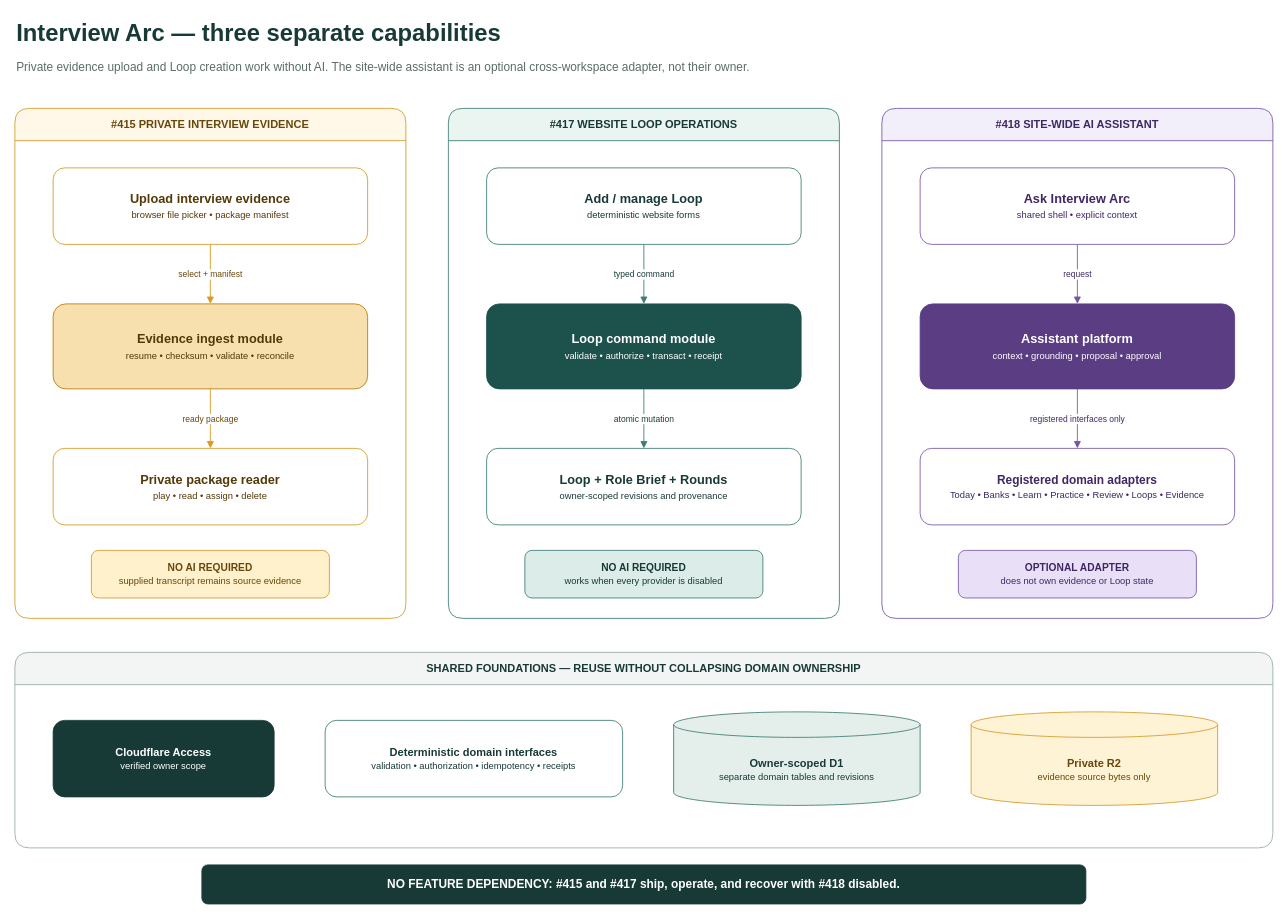
Earlier version of the draw.io diagram docs/design/interview-capability-separation/capability-boundaries.drawio (Vinosaamaa/interview-arc). Source tidied: cells renumbered, new cells numbered last; positions are measured from the earlier drawing's top-left corner, leaving out a move shared by most shapes. Both pictures are drawn from the tidied source at 85%, with x=0, y=0 at pixel (14, 14).
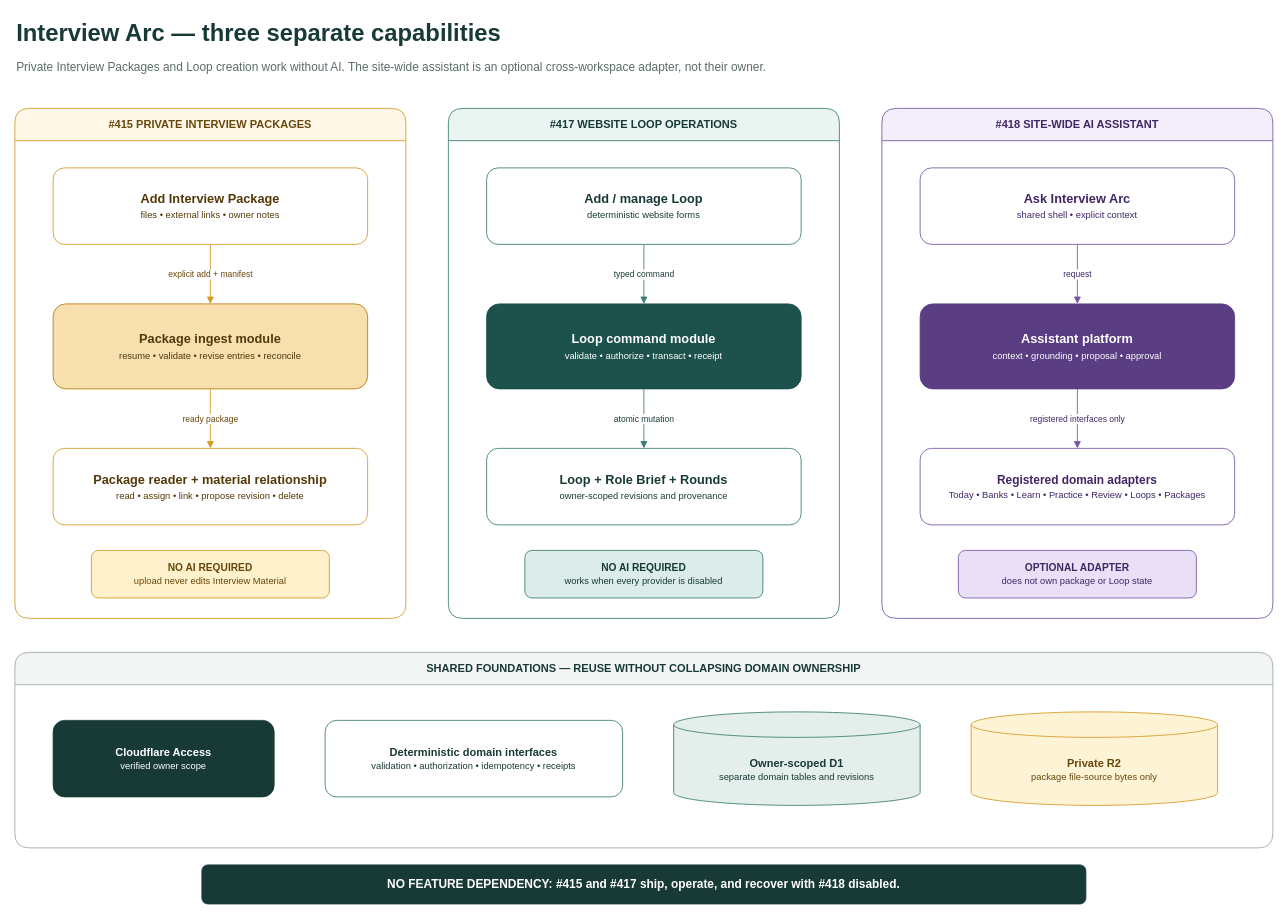
The same diagram, later.

The change refers to these unchanged cells:
```xml
<mxCell id="14" value="#418  SITE-WIDE AI ASSISTANT" style="swimlane;startSize=38;horizontal=1;rounded=1;whiteSpace=wrap;html=1;fillColor=#F2EEFA;strokeColor=#7655A6;fontColor=#3F2764;fontStyle=1;fontFamily=Helvetica;fontSize=13;" parent="1" vertex="1">
  <mxGeometry x="1020" y="110" width="460" height="600" as="geometry" />
</mxCell>
<mxCell id="19" value="SHARED FOUNDATIONS — REUSE WITHOUT COLLAPSING DOMAIN OWNERSHIP" style="swimlane;startSize=38;horizontal=1;rounded=1;whiteSpace=wrap;html=1;fillColor=#F2F5F4;strokeColor=#98ABA6;fontColor=#183A37;fontStyle=1;fontFamily=Helvetica;fontSize=13;" parent="1" vertex="1">
  <mxGeometry y="750" width="1480" height="230" as="geometry" />
</mxCell>
```

The edit, as a diff of the source:
```diff
@@
-    <mxCell id="3" value="Private evidence upload and Loop creation work without AI. The site-wide assistant is an optional cross-workspace adapter, not their owner." style="text;html=1;strokeColor=none;fillColor=none;align=left;verticalAlign=top;fontFamily=Helvetica;fontSize=14;fontColor=#5B6D69;whiteSpace=wrap;" parent="1" vertex="1">
+    <mxCell id="3" value="Private Interview Packages and Loop creation work without AI. The site-wide assistant is an optional cross-workspace adapter, not their owner." style="text;html=1;strokeColor=none;fillColor=none;align=left;verticalAlign=top;fontFamily=Helvetica;fontSize=14;fontColor=#5B6D69;whiteSpace=wrap;" parent="1" vertex="1">
       <mxGeometry y="46" width="1420" height="38" as="geometry" />
     </mxCell>
-    <mxCell id="4" value="#415  PRIVATE INTERVIEW EVIDENCE" style="swimlane;startSize=38;horizontal=1;rounded=1;whiteSpace=wrap;html=1;fillColor=#FFF8E8;strokeColor=#D49A24;fontColor=#67470B;fontStyle=1;fontFamily=Helvetica;fontSize=13;" parent="1" vertex="1">
+    <mxCell id="4" value="#415  PRIVATE INTERVIEW PACKAGES" style="swimlane;startSize=38;horizontal=1;rounded=1;whiteSpace=wrap;html=1;fillColor=#FFF8E8;strokeColor=#D49A24;fontColor=#67470B;fontStyle=1;fontFamily=Helvetica;fontSize=13;" parent="1" vertex="1">
       <mxGeometry y="110" width="460" height="600" as="geometry" />
     </mxCell>
-    <mxCell id="5" value="Upload interview evidence&#10;&lt;font style=&quot;font-size:11px;font-weight:normal&quot;&gt;browser file picker • package manifest&lt;/font&gt;" style="rounded=1;whiteSpace=wrap;html=1;fillColor=#FFFFFF;strokeColor=#D49A24;fontColor=#533908;fontFamily=Helvetica;fontSize=15;fontStyle=1;spacing=10;" parent="4" vertex="1">
+    <mxCell id="5" value="Add Interview Package&#10;&lt;font style=&quot;font-size:11px;font-weight:normal&quot;&gt;files • external links • owner notes&lt;/font&gt;" style="rounded=1;whiteSpace=wrap;html=1;fillColor=#FFFFFF;strokeColor=#D49A24;fontColor=#533908;fontFamily=Helvetica;fontSize=15;fontStyle=1;spacing=10;" parent="4" vertex="1">
       <mxGeometry x="45" y="70" width="370" height="90" as="geometry" />
     </mxCell>
-    <mxCell id="6" value="Evidence ingest module&#10;&lt;font style=&quot;font-size:11px;font-weight:normal&quot;&gt;resume • checksum • validate • reconcile&lt;/font&gt;" style="rounded=1;whiteSpace=wrap;html=1;fillColor=#F7DFAE;strokeColor=#B77A0A;fontColor=#533908;fontFamily=Helvetica;fontSize=15;fontStyle=1;spacing=10;" parent="4" vertex="1">
+    <mxCell id="6" value="Package ingest module&#10;&lt;font style=&quot;font-size:11px;font-weight:normal&quot;&gt;resume • validate • revise entries • reconcile&lt;/font&gt;" style="rounded=1;whiteSpace=wrap;html=1;fillColor=#F7DFAE;strokeColor=#B77A0A;fontColor=#533908;fontFamily=Helvetica;fontSize=15;fontStyle=1;spacing=10;" parent="4" vertex="1">
       <mxGeometry x="45" y="230" width="370" height="100" as="geometry" />
     </mxCell>
-    <mxCell id="7" value="Private package reader&#10;&lt;font style=&quot;font-size:11px;font-weight:normal&quot;&gt;play • read • assign • delete&lt;/font&gt;" style="rounded=1;whiteSpace=wrap;html=1;fillColor=#FFFFFF;strokeColor=#D49A24;fontColor=#533908;fontFamily=Helvetica;fontSize=15;fontStyle=1;spacing=10;" parent="4" vertex="1">
+    <mxCell id="7" value="Package reader + material relationship&#10;&lt;font style=&quot;font-size:11px;font-weight:normal&quot;&gt;read • assign • link • propose revision • delete&lt;/font&gt;" style="rounded=1;whiteSpace=wrap;html=1;fillColor=#FFFFFF;strokeColor=#D49A24;fontColor=#533908;fontFamily=Helvetica;fontSize=15;fontStyle=1;spacing=10;" parent="4" vertex="1">
       <mxGeometry x="45" y="400" width="370" height="90" as="geometry" />
     </mxCell>
-    <mxCell id="8" value="NO AI REQUIRED&#10;&lt;font style=&quot;font-size:11px;font-weight:normal&quot;&gt;supplied transcript remains source evidence&lt;/font&gt;" style="rounded=1;whiteSpace=wrap;html=1;fillColor=#FFF1CC;strokeColor=#D49A24;fontColor=#67470B;fontFamily=Helvetica;fontSize=12;fontStyle=1;spacing=8;" parent="4" vertex="1">
+    <mxCell id="8" value="NO AI REQUIRED&#10;&lt;font style=&quot;font-size:11px;font-weight:normal&quot;&gt;upload never edits Interview Material&lt;/font&gt;" style="rounded=1;whiteSpace=wrap;html=1;fillColor=#FFF1CC;strokeColor=#D49A24;fontColor=#67470B;fontFamily=Helvetica;fontSize=12;fontStyle=1;spacing=8;" parent="4" vertex="1">
       <mxGeometry x="90" y="520" width="280" height="56" as="geometry" />
     </mxCell>
@@
-    <mxCell id="17" value="Registered domain adapters&#10;&lt;font style=&quot;font-size:11px;font-weight:normal&quot;&gt;Today • Banks • Learn • Practice • Review • Loops • Evidence&lt;/font&gt;" style="rounded=1;whiteSpace=wrap;html=1;fillColor=#FFFFFF;strokeColor=#7655A6;fontColor=#3F2764;fontFamily=Helvetica;fontSize=14;fontStyle=1;spacing=10;" parent="14" vertex="1">
+    <mxCell id="17" value="Registered domain adapters&#10;&lt;font style=&quot;font-size:11px;font-weight:normal&quot;&gt;Today • Banks • Learn • Practice • Review • Loops • Packages&lt;/font&gt;" style="rounded=1;whiteSpace=wrap;html=1;fillColor=#FFFFFF;strokeColor=#7655A6;fontColor=#3F2764;fontFamily=Helvetica;fontSize=14;fontStyle=1;spacing=10;" parent="14" vertex="1">
       <mxGeometry x="45" y="400" width="370" height="90" as="geometry" />
     </mxCell>
-    <mxCell id="18" value="OPTIONAL ADAPTER&#10;&lt;font style=&quot;font-size:11px;font-weight:normal&quot;&gt;does not own evidence or Loop state&lt;/font&gt;" style="rounded=1;whiteSpace=wrap;html=1;fillColor=#E9E0F7;strokeColor=#7655A6;fontColor=#3F2764;fontFamily=Helvetica;fontSize=12;fontStyle=1;spacing=8;" parent="14" vertex="1">
+    <mxCell id="18" value="OPTIONAL ADAPTER&#10;&lt;font style=&quot;font-size:11px;font-weight:normal&quot;&gt;does not own package or Loop state&lt;/font&gt;" style="rounded=1;whiteSpace=wrap;html=1;fillColor=#E9E0F7;strokeColor=#7655A6;fontColor=#3F2764;fontFamily=Helvetica;fontSize=12;fontStyle=1;spacing=8;" parent="14" vertex="1">
       <mxGeometry x="90" y="520" width="280" height="56" as="geometry" />
     </mxCell>
@@
-    <mxCell id="23" value="Private R2&#10;&lt;font style=&quot;font-size:11px;font-weight:normal&quot;&gt;evidence source bytes only&lt;/font&gt;" style="shape=cylinder3;whiteSpace=wrap;html=1;boundedLbl=1;backgroundOutline=1;size=15;fillColor=#FFF3D6;strokeColor=#D49A24;fontColor=#67470B;fontFamily=Helvetica;fontSize=13;fontStyle=1;spacing=8;" parent="19" vertex="1">
+    <mxCell id="23" value="Private R2&#10;&lt;font style=&quot;font-size:11px;font-weight:normal&quot;&gt;package file-source bytes only&lt;/font&gt;" style="shape=cylinder3;whiteSpace=wrap;html=1;boundedLbl=1;backgroundOutline=1;size=15;fillColor=#FFF3D6;strokeColor=#D49A24;fontColor=#67470B;fontFamily=Helvetica;fontSize=13;fontStyle=1;spacing=8;" parent="19" vertex="1">
       <mxGeometry x="1125" y="70" width="290" height="110" as="geometry" />
     </mxCell>
-    <mxCell id="24" value="select + manifest" style="edgeStyle=orthogonalEdgeStyle;rounded=1;jettySize=auto;html=1;strokeColor=#D49A24;fontColor=#67470B;fontFamily=Helvetica;fontSize=10;endArrow=block;endFill=1;exitX=0.5;exitY=1;entryX=0.5;entryY=0;" parent="1" edge="1" source="5" target="6">
+    <mxCell id="24" value="explicit add + manifest" style="edgeStyle=orthogonalEdgeStyle;rounded=1;jettySize=auto;html=1;strokeColor=#D49A24;fontColor=#67470B;fontFamily=Helvetica;fontSize=10;endArrow=block;endFill=1;exitX=0.5;exitY=1;entryX=0.5;entryY=0;" parent="1" edge="1" source="5" target="6">
       <mxGeometry relative="1" as="geometry" />
     </mxCell>
```
